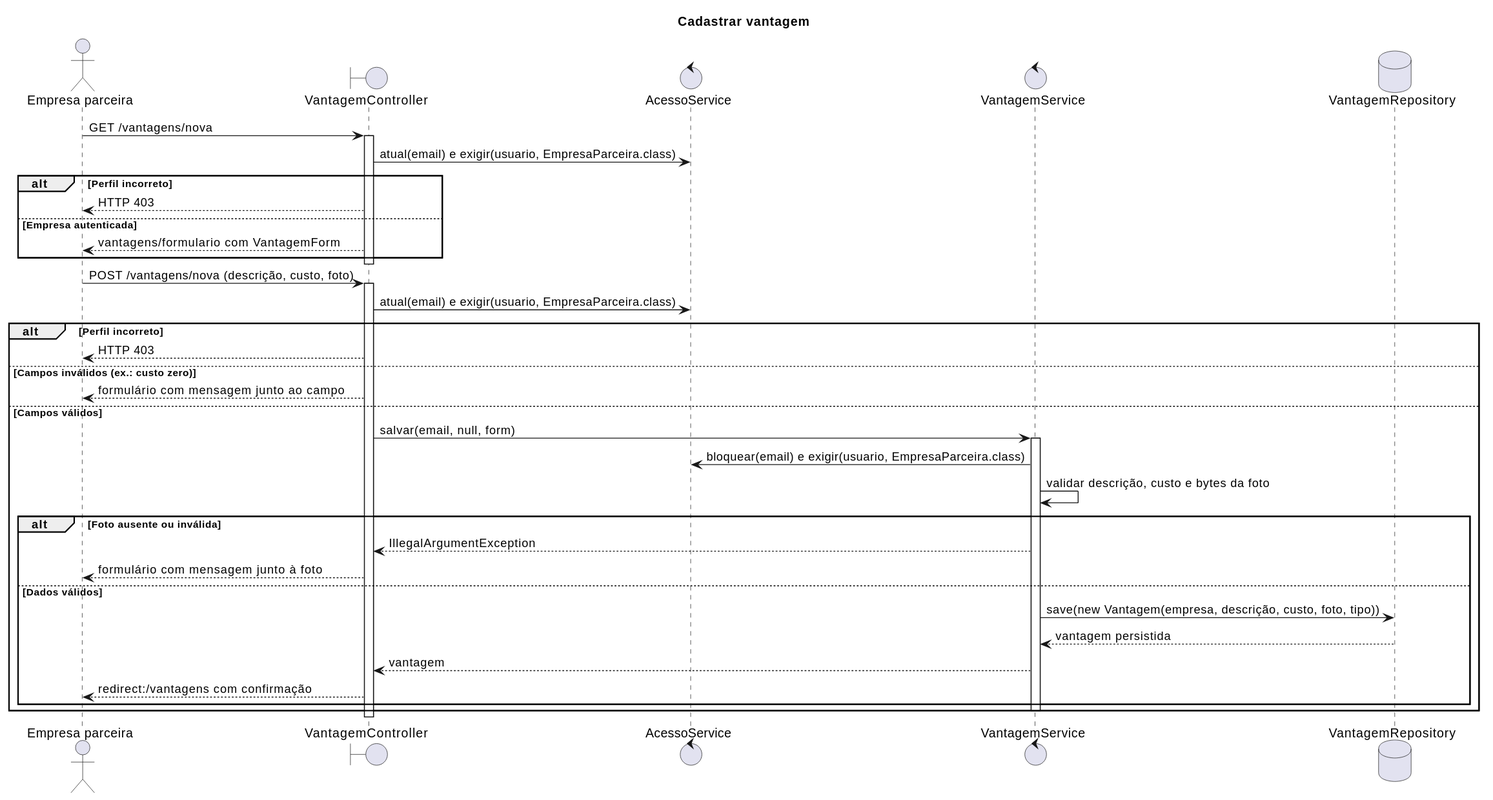
Above: docs/lab04/sprint2/diagramas/cadastrar-vantagem.svg in lucasnmc12/lab03-moeda-estudantil (PlantUML), before the change. Its source is kept beside it as docs/lab04/sprint2/diagramas/cadastrar-vantagem.puml. Its diagram source:
```plantuml
@startuml
title Cadastrar vantagem
actor "Empresa parceira" as P
boundary "VantagemController" as C
control "AcessoService" as A
control "VantagemService" as S
database "VantagemRepository" as R
P -> C : GET /vantagens/nova
activate C
C -> A : atual(email) e exigir(usuario, EmpresaParceira.class)
alt Perfil incorreto
  C --> P : HTTP 403
else Empresa autenticada
  C --> P : vantagens/formulario com VantagemForm
end
deactivate C
P -> C : POST /vantagens/nova (descrição, custo, foto)
activate C
C -> A : atual(email) e exigir(usuario, EmpresaParceira.class)
alt Perfil incorreto
  C --> P : HTTP 403
else Campos inválidos (ex.: custo zero)
  C --> P : formulário com mensagem junto ao campo
else Campos válidos
  C -> S : salvar(email, null, form)
  activate S
  S -> A : bloquear(email) e exigir(usuario, EmpresaParceira.class)
  S -> S : validar descrição, custo e bytes da foto
  alt Foto ausente ou inválida
    S --> C : IllegalArgumentException
    C --> P : formulário com mensagem junto à foto
  else Dados válidos
    S -> R : save(new Vantagem(empresa, descrição, custo, foto, tipo))
    R --> S : vantagem persistida
    S --> C : vantagem
    C --> P : redirect:/vantagens com confirmação
  end
  deactivate S
end
deactivate C
@enduml
```
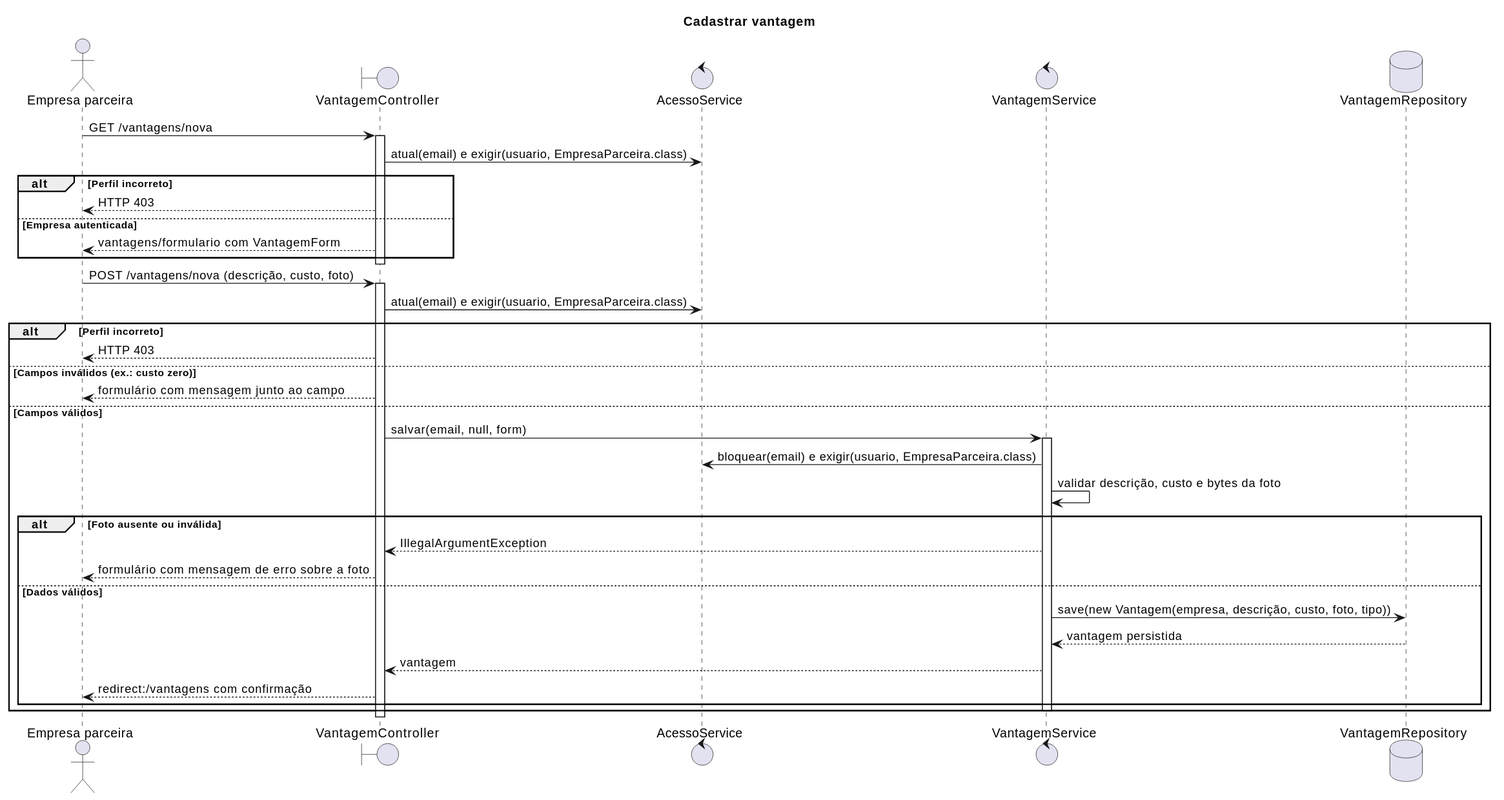
After the change.

Commit message:
fix: mostra o erro ao lado do campo da vantagem

Change to the diagram source:
```diff
@@ -28,7 +28,7 @@
   S -> S : validar descrição, custo e bytes da foto
   alt Foto ausente ou inválida
     S --> C : IllegalArgumentException
-    C --> P : formulário com mensagem junto à foto
+    C --> P : formulário com mensagem de erro sobre a foto
   else Dados válidos
     S -> R : save(new Vantagem(empresa, descrição, custo, foto, tipo))
     R --> S : vantagem persistida
```
